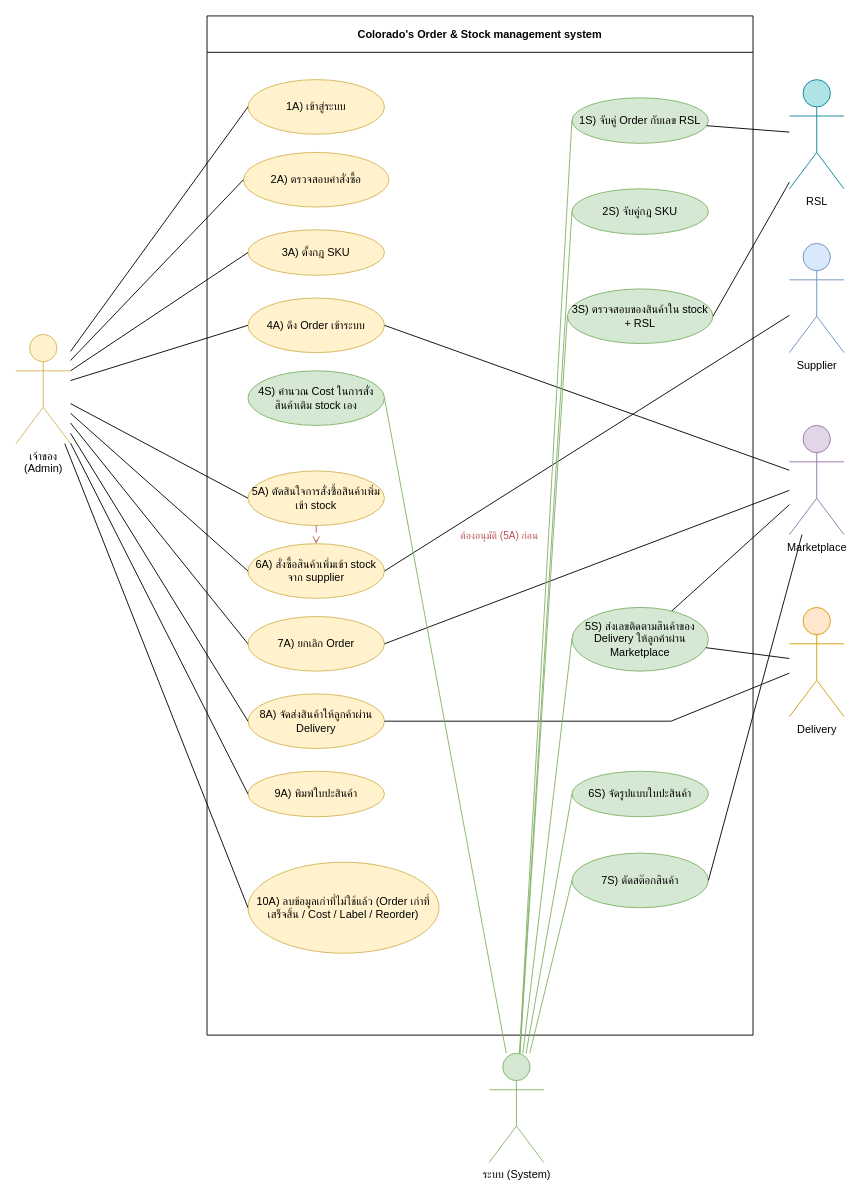
The draw.io diagram 02-chapter2-business-process/src/SA Project - UseCase-To-Be usecase (fixed2).drawio.xml in xbpkdi/321-sa-proj, before the edit. Source tidied: cells renumbered, new cells numbered last; positions are measured from the earlier drawing's top-left corner, leaving out a move shared by most shapes. Both pictures are drawn from the tidied source at 91%, with x=0, y=0 at pixel (15, 15).
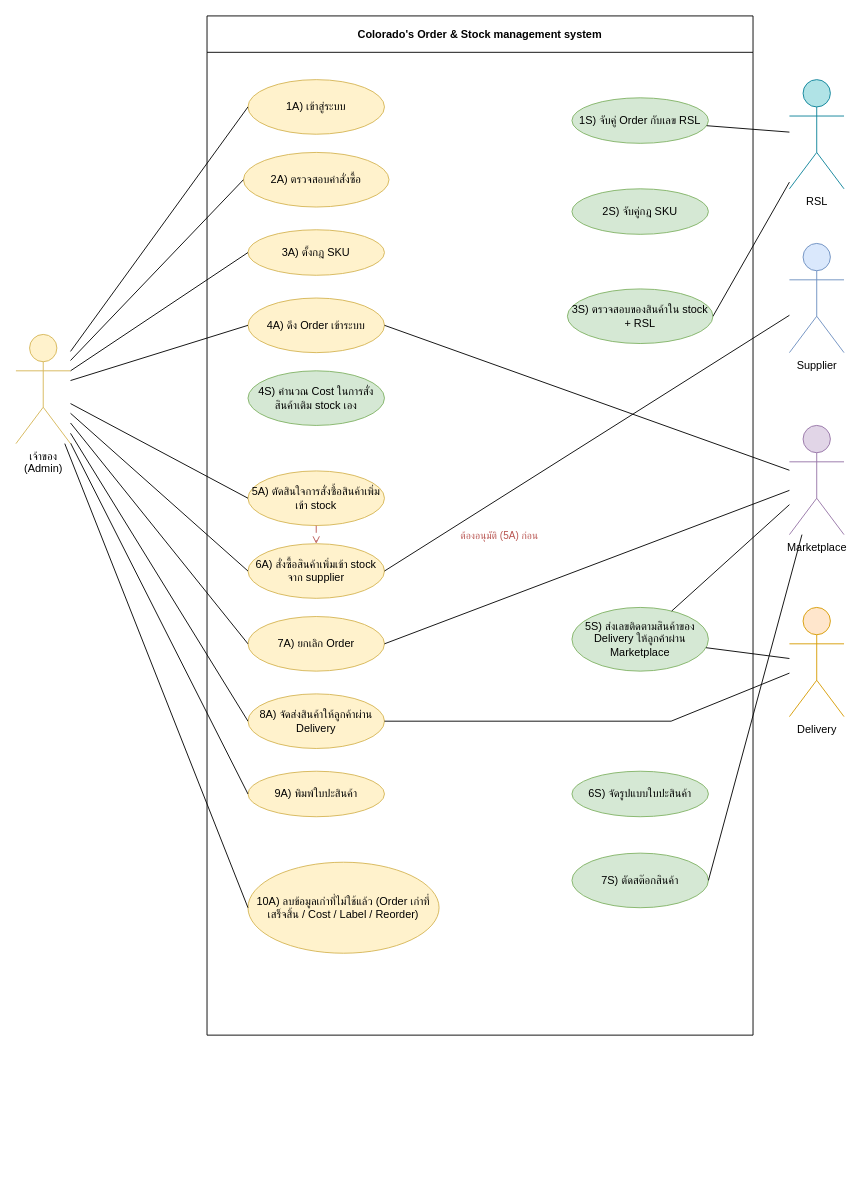
The same diagram, later.

Commit message (it also covers changes not shown here):
docs: drop system actor from to-be use case diagram

Unchanged cells that the change refers to:
```xml
<mxCell id="3" value="1S) จับคู่ Order กับเลข RSL" style="ellipse;whiteSpace=wrap;html=1;shapeInside=1;fillColor=#D5E8D4;strokeColor=#82B366;" parent="2" vertex="1">
  <mxGeometry x="401" y="90" width="150" height="50" as="geometry" />
</mxCell>
<mxCell id="5" value="3S) ตรวจสอบของสินค้าใน stock + RSL" style="ellipse;whiteSpace=wrap;html=1;shapeInside=1;fillColor=#D5E8D4;strokeColor=#82B366;" parent="2" vertex="1">
  <mxGeometry x="396" y="300" width="160" height="60" as="geometry" />
</mxCell>
<mxCell id="8" value="5S) ส่งเลขติดตามสินค้าของ Delivery ให้ลูกค้าผ่าน Marketplace" style="ellipse;whiteSpace=wrap;html=1;shapeInside=1;fillColor=#D5E8D4;strokeColor=#82B366;" parent="2" vertex="1">
  <mxGeometry x="401" y="650" width="150" height="70" as="geometry" />
</mxCell>
<mxCell id="11" value="4S)&amp;nbsp;คำนวณ Cost ในการสั่งสินค้าเติม stock เอง" style="ellipse;whiteSpace=wrap;html=1;shapeInside=1;fillColor=#D5E8D4;strokeColor=#82B366;" parent="2" vertex="1">
  <mxGeometry x="45" y="390" width="150" height="60" as="geometry" />
</mxCell>
<mxCell id="12" value="6S) จัดรูปแบบใบปะสินค้า" style="ellipse;whiteSpace=wrap;html=1;shapeInside=1;fillColor=#D5E8D4;strokeColor=#82B366;" parent="2" vertex="1">
  <mxGeometry x="401" y="830" width="150" height="50" as="geometry" />
</mxCell>
<mxCell id="13" value="&lt;div style=&quot;line-height: 50%;&quot;&gt;2S) จับคู่กฎ SKU&lt;/div&gt;" style="ellipse;whiteSpace=wrap;html=1;shapeInside=1;fillColor=#D5E8D4;strokeColor=#82B366;" parent="2" vertex="1">
  <mxGeometry x="401" y="190" width="150" height="50" as="geometry" />
</mxCell>
<mxCell id="18" value="7S) ตัดสต๊อกสินค้า" style="ellipse;whiteSpace=wrap;html=1;shapeInside=1;fillColor=#d5e8d4;strokeColor=#82b366;" parent="2" vertex="1">
  <mxGeometry x="401" y="920" width="150" height="60" as="geometry" />
</mxCell>
```

Diff of the diagram source:
```diff
@@
-    <mxCell id="46" value="ระบบ (System)" style="shape=umlActor;verticalLabelPosition=bottom;verticalAlign=top;html=1;outlineConnect=0;fillColor=#d5e8d4;strokeColor=#82b366;" parent="1" vertex="1">
-      <mxGeometry x="520" y="1140" width="60" height="120" as="geometry" />
-    </mxCell>
-    <mxCell id="47" style="entryX=0;entryY=0.5;entryDx=0;entryDy=0;edgeStyle=none;shape=connector;rounded=0;jettySize=auto;html=1;strokeColor=#82b366;align=center;verticalAlign=middle;fontFamily=Helvetica;fontSize=12;fontColor=default;labelBackgroundColor=default;endArrow=none;endFill=0;" parent="1" edge="1" source="46" target="3">
-      <mxGeometry relative="1" as="geometry" />
-    </mxCell>
-    <mxCell id="48" style="entryX=0;entryY=0.5;entryDx=0;entryDy=0;edgeStyle=none;shape=connector;rounded=0;jettySize=auto;html=1;strokeColor=#82b366;align=center;verticalAlign=middle;fontFamily=Helvetica;fontSize=12;fontColor=default;labelBackgroundColor=default;endArrow=none;endFill=0;" parent="1" edge="1" source="46" target="13">
-      <mxGeometry relative="1" as="geometry" />
-    </mxCell>
-    <mxCell id="49" style="entryX=0;entryY=0.5;entryDx=0;entryDy=0;edgeStyle=none;shape=connector;rounded=0;jettySize=auto;html=1;strokeColor=#82b366;align=center;verticalAlign=middle;fontFamily=Helvetica;fontSize=12;fontColor=default;labelBackgroundColor=default;endArrow=none;endFill=0;" parent="1" edge="1" source="46" target="5">
-      <mxGeometry relative="1" as="geometry" />
-    </mxCell>
-    <mxCell id="50" style="entryX=1;entryY=0.5;entryDx=0;entryDy=0;edgeStyle=none;shape=connector;rounded=0;jettySize=auto;html=1;strokeColor=#82b366;align=center;verticalAlign=middle;fontFamily=Helvetica;fontSize=12;fontColor=default;labelBackgroundColor=default;endArrow=none;endFill=0;" parent="1" edge="1" source="46" target="11">
-      <mxGeometry relative="1" as="geometry" />
-    </mxCell>
-    <mxCell id="51" style="entryX=0;entryY=0.5;entryDx=0;entryDy=0;edgeStyle=none;shape=connector;rounded=0;jettySize=auto;html=1;strokeColor=#82b366;align=center;verticalAlign=middle;fontFamily=Helvetica;fontSize=12;fontColor=default;labelBackgroundColor=default;endArrow=none;endFill=0;" parent="1" edge="1" source="46" target="8">
-      <mxGeometry relative="1" as="geometry" />
-    </mxCell>
-    <mxCell id="52" style="entryX=0;entryY=0.5;entryDx=0;entryDy=0;edgeStyle=none;shape=connector;rounded=0;jettySize=auto;html=1;strokeColor=#82b366;align=center;verticalAlign=middle;fontFamily=Helvetica;fontSize=12;fontColor=default;labelBackgroundColor=default;endArrow=none;endFill=0;" parent="1" edge="1" source="46" target="12">
-      <mxGeometry relative="1" as="geometry" />
-    </mxCell>
-    <mxCell id="53" style="entryX=0;entryY=0.5;entryDx=0;entryDy=0;edgeStyle=none;shape=connector;rounded=0;jettySize=auto;html=1;strokeColor=#82b366;align=center;verticalAlign=middle;fontFamily=Helvetica;fontSize=12;fontColor=default;labelBackgroundColor=default;endArrow=none;endFill=0;" parent="1" edge="1" source="46" target="18">
-      <mxGeometry relative="1" as="geometry" />
-    </mxCell>
```
